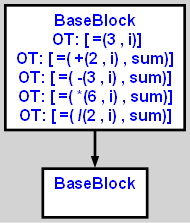
aveen007/CountingMonkeys keeps this Graphviz diagram as cpoCompilerWin/input2.txt.calculator.dot.png. Above is the earlier version. Its source is kept beside it as cpoCompilerWin/input2.txt.calculator.dot.
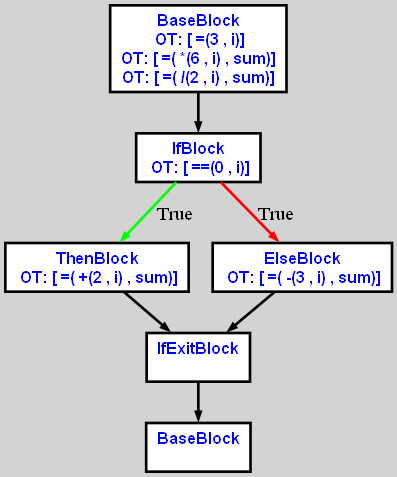
The same diagram one commit later.

What changed in the source:
```diff
@@ -4,12 +4,22 @@
 bgcolor="lightgrey";  node [shape=box, fixedsize=false, fontsize=12, fontname="Helvetica-bold", fontcolor="blue"
 width=.25, height=.25, color="black", fillcolor="white", style="filled, solid, bold"];
 
-edge [arrowsize=.5, color="black", style="bold"]    n000011D15C021460 [label="BaseBlock\n OT: [ =(3 , i)]
-OT: [ =( +(2 , i) , sum)]
-OT: [ =( -(3 , i) , sum)]
+edge [arrowsize=.5, color="black", style="bold"]    n000011D8E18A1400 [label="BaseBlock\n OT: [ =(3 , i)]
 OT: [ =( *(6 , i) , sum)]
 OT: [ =( /(2 , i) , sum)]
 "]
-    n000011D15C0214C0 [label="BaseBlock\n "]
-    n000011D15C021460 -> n000011D15C0214C0
+    n000011D8E18A1460 [label="IfBlock\n OT: [ ==(0 , i)]
+"]
+    n000011D8E18A1400 -> n000011D8E18A1460
+    n000011D8E18A1460 -> n000011D8E18A14C0 [label="True" color="green"]
+    n000011D8E18A14C0 [label="ThenBlock\n OT: [ =( +(2 , i) , sum)]
+"]
+    n000011D8E18A1580 [label="IfExitBlock\n "]
+    n000011D8E18A14C0 -> n000011D8E18A1580
+    n000011D8E18A15E0 [label="BaseBlock\n "]
+    n000011D8E18A1580 -> n000011D8E18A15E0
+    n000011D8E18A1460 -> n000011D8E18A1520 [label="True" color="red"]
+    n000011D8E18A1520 [label="ElseBlock\n OT: [ =( -(3 , i) , sum)]
+"]
+    n000011D8E18A1520 -> n000011D8E18A1580
 }
```
